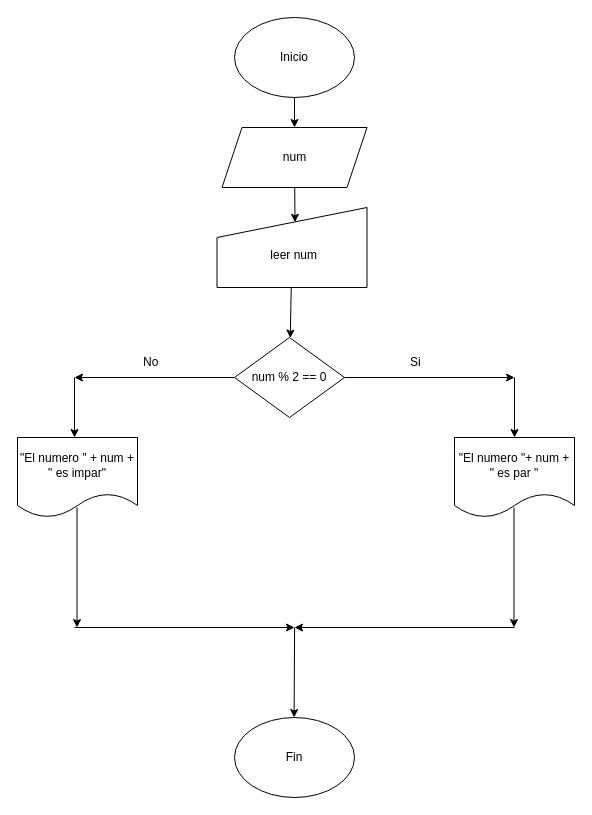
AnthonyLozadaAlexander/DiagramaDeFlujos keeps this draw.io diagram as EjercicioParImpar.drawio. Above is the earlier version. Source tidied: cells renumbered, new cells numbered last; positions are measured from the earlier drawing's top-left corner, leaving out a move shared by most shapes. Both pictures are drawn from the tidied source at 100%, with x=0, y=0 at pixel (17, 17).
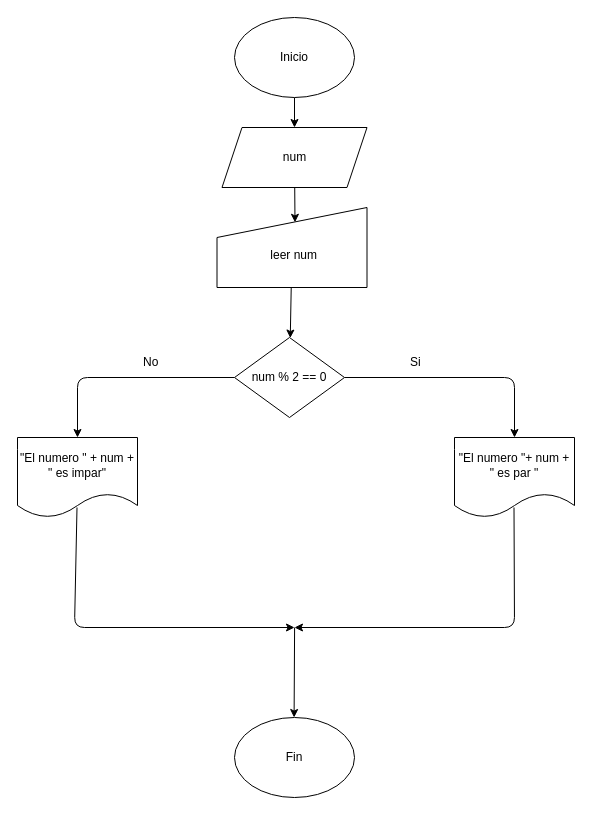
Above is the later version.

Commit message:
Actualizar diagrama de flujo en EjercicioParImpar.drawio para mejorar la claridad y ajustar las conexiones de los nodos

Unchanged cells that the change refers to:
```xml
<mxCell id="10" value="num % 2 == 0" style="rhombus;whiteSpace=wrap;html=1;fillColor=light-dark(#FFFFFF,#FFFFFF);fontColor=light-dark(#000000,#000000);" parent="1" vertex="1">
  <mxGeometry x="217" y="320" width="110" height="80" as="geometry" />
</mxCell>
<mxCell id="16" value="&quot;El numero &quot; + num + &quot; es impar&quot;" style="shape=document;whiteSpace=wrap;html=1;boundedLbl=1;fillColor=light-dark(#FFFFFF,#FFFFFF);" parent="1" vertex="1">
  <mxGeometry y="420" width="120" height="80" as="geometry" />
</mxCell>
<mxCell id="18" value="&lt;font style=&quot;color: light-dark(rgb(0, 0, 0), rgb(0, 0, 0));&quot;&gt;&quot;El numero &quot;+ num + &quot; es par &quot;&lt;/font&gt;" style="shape=document;whiteSpace=wrap;html=1;boundedLbl=1;fillColor=light-dark(#FFFFFF,#FFFFFF);" parent="1" vertex="1">
  <mxGeometry x="437" y="420" width="120" height="80" as="geometry" />
</mxCell>
```

What changed in the source:
```diff
@@
-    <mxCell id="8" style="edgeStyle=none;html=1;" parent="1" edge="1" source="10">
+    <mxCell id="8" style="edgeStyle=none;html=1;entryX=0.5;entryY=0;entryDx=0;entryDy=0;" parent="1" edge="1" source="10" target="18">
       <mxGeometry relative="1" as="geometry">
-        <mxPoint x="497" y="360" as="targetPoint" />
+        <Array as="points">
+          <mxPoint x="497" y="360" />
+        </Array>
       </mxGeometry>
     </mxCell>
-    <mxCell id="9" style="html=1;" parent="1" edge="1" source="10">
+    <mxCell id="9" style="html=1;entryX=0.5;entryY=0;entryDx=0;entryDy=0;" parent="1" edge="1" source="10" target="16">
       <mxGeometry relative="1" as="geometry">
-        <mxPoint x="57" y="360" as="targetPoint" />
+        <Array as="points">
+          <mxPoint x="60" y="360" />
+        </Array>
       </mxGeometry>
     </mxCell>
@@
-    <mxCell id="13" style="edgeStyle=none;orthogonalLoop=1;jettySize=auto;html=1;" parent="1" edge="1">
-      <mxGeometry relative="1" as="geometry">
-        <mxPoint x="57" y="360" as="sourcePoint" />
-        <mxPoint x="57" y="420" as="targetPoint" />
-      </mxGeometry>
-    </mxCell>
-    <mxCell id="14" style="edgeStyle=none;orthogonalLoop=1;jettySize=auto;html=1;" parent="1" edge="1">
-      <mxGeometry relative="1" as="geometry">
-        <mxPoint x="497" y="360" as="sourcePoint" />
-        <mxPoint x="497" y="420" as="targetPoint" />
-      </mxGeometry>
-    </mxCell>
     <mxCell id="15" style="html=1;" parent="1" edge="1">
       <mxGeometry relative="1" as="geometry">
         <mxPoint x="59.5" y="490" as="sourcePoint" />
-        <mxPoint x="59.5" y="610" as="targetPoint" />
+        <mxPoint x="277" y="610" as="targetPoint" />
+        <Array as="points">
+          <mxPoint x="57" y="610" />
+        </Array>
       </mxGeometry>
     </mxCell>
@@
     <mxCell id="17" style="edgeStyle=none;html=1;" parent="1" edge="1">
       <mxGeometry relative="1" as="geometry">
         <mxPoint x="496.5" y="490" as="sourcePoint" />
-        <mxPoint x="496.5" y="610" as="targetPoint" />
+        <mxPoint x="277" y="610" as="targetPoint" />
+        <Array as="points">
+          <mxPoint x="497" y="610" />
+        </Array>
       </mxGeometry>
     </mxCell>
@@
-    <mxCell id="20" style="edgeStyle=none;orthogonalLoop=1;jettySize=auto;html=1;" parent="1" edge="1">
-      <mxGeometry relative="1" as="geometry">
-        <mxPoint x="57" y="610" as="sourcePoint" />
-        <mxPoint x="277" y="610" as="targetPoint" />
-      </mxGeometry>
-    </mxCell>
-    <mxCell id="21" style="edgeStyle=none;orthogonalLoop=1;jettySize=auto;html=1;" parent="1" edge="1">
-      <mxGeometry relative="1" as="geometry">
-        <mxPoint x="497" y="610" as="sourcePoint" />
-        <mxPoint x="277" y="610" as="targetPoint" />
-      </mxGeometry>
-    </mxCell>
```
